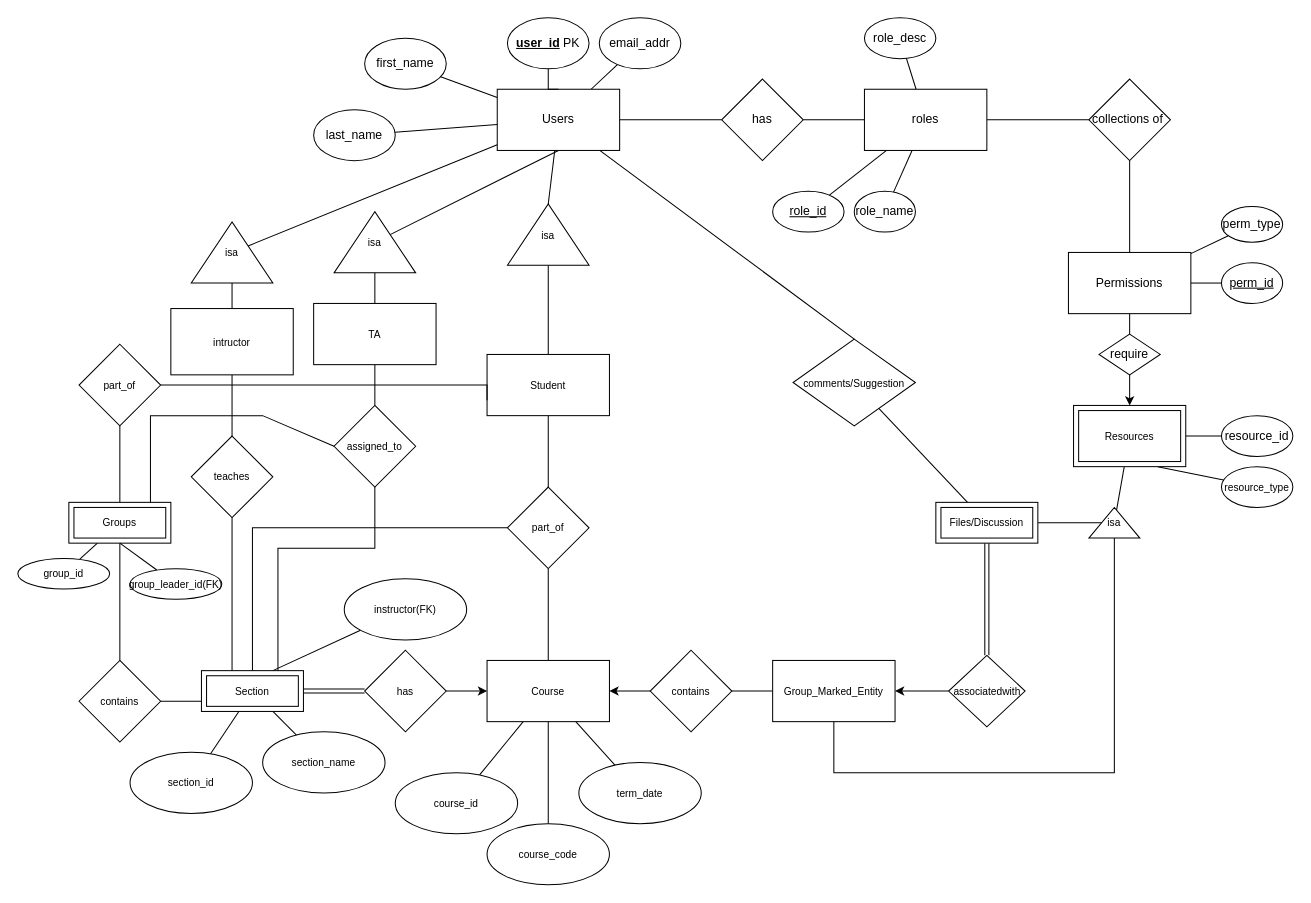
This is ERdiagram.drawio from 5531CGASystem/CGA, a draw.io file, before an edit. Source tidied: cells renumbered, new cells numbered last; positions are measured from the earlier drawing's top-left corner, leaving out a move shared by most shapes. Both pictures are drawn from the tidied source at 102%, with x=0, y=0 at pixel (17, 17).
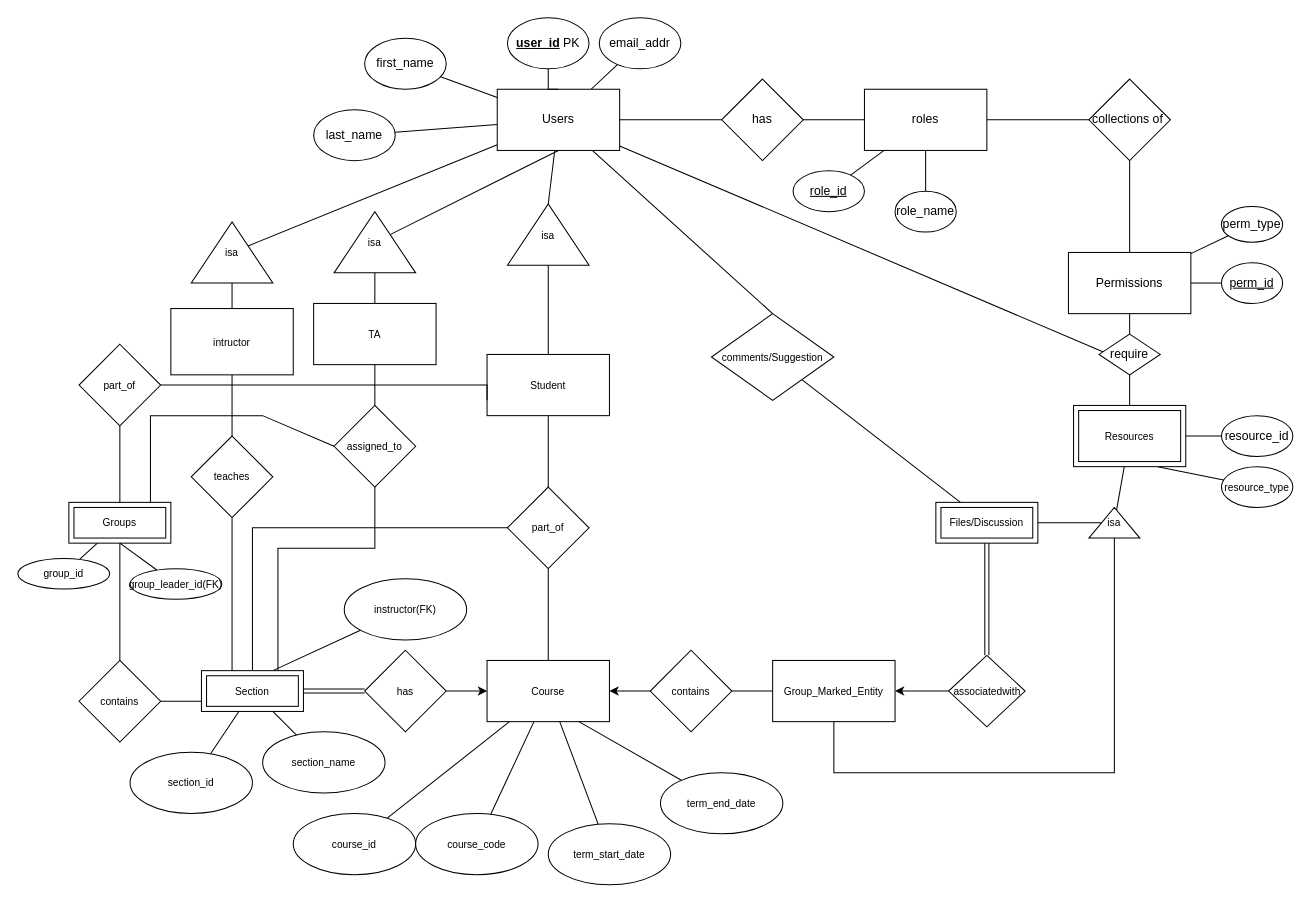
The same diagram, later.

Unchanged cells that the change refers to:
```xml
<mxCell id="6" value="Users" style="rounded=0;whiteSpace=wrap;html=1;" parent="1" vertex="1">
  <mxGeometry x="470" y="70" width="120" height="60" as="geometry" />
</mxCell>
<mxCell id="20" value="roles" style="whiteSpace=wrap;html=1;rounded=0;" parent="1" vertex="1">
  <mxGeometry x="830" y="70" width="120" height="60" as="geometry" />
</mxCell>
<mxCell id="31" value="require" style="rhombus;whiteSpace=wrap;html=1;rounded=0;" parent="1" vertex="1">
  <mxGeometry x="1060" y="310" width="60" height="40" as="geometry" />
</mxCell>
<mxCell id="50" value="Course" style="whiteSpace=wrap;html=1;fontSize=10;" parent="1" vertex="1">
  <mxGeometry x="460" y="630" width="120" height="60" as="geometry" />
</mxCell>
<mxCell id="58" value="Resources" style="shape=ext;margin=3;double=1;whiteSpace=wrap;html=1;align=center;fontSize=10;strokeColor=default;fillColor=default;" parent="1" vertex="1">
  <mxGeometry x="1035" y="380" width="110" height="60" as="geometry" />
</mxCell>
```

Change to the diagram source:
```diff
@@
+    <mxCell id="103" style="rounded=0;jettySize=auto;html=1;endArrow=none;endFill=0;entryX=0.167;entryY=0.5;entryDx=0;entryDy=0;entryPerimeter=0;" parent="1" edge="1" source="6" target="31">
+      <mxGeometry relative="1" as="geometry" />
+    </mxCell>
@@
-    <mxCell id="18" style="edgeStyle=none;rounded=0;jettySize=auto;html=1;endArrow=none;endFill=0;" parent="1" edge="1" source="20" target="23">
-      <mxGeometry relative="1" as="geometry" />
-    </mxCell>
@@
     <mxCell id="21" value="&lt;u&gt;role_id&lt;/u&gt;" style="ellipse;whiteSpace=wrap;html=1;rounded=0;" parent="1" vertex="1">
-      <mxGeometry x="740" y="170" width="70" height="40" as="geometry" />
+      <mxGeometry x="760" y="150" width="70" height="40" as="geometry" />
     </mxCell>
     <mxCell id="22" value="role_name" style="ellipse;whiteSpace=wrap;html=1;rounded=0;" parent="1" vertex="1">
-      <mxGeometry x="820" y="170" width="60" height="40" as="geometry" />
+      <mxGeometry x="860" y="170" width="60" height="40" as="geometry" />
     </mxCell>
-    <mxCell id="23" value="role_desc" style="ellipse;whiteSpace=wrap;html=1;rounded=0;" parent="1" vertex="1">
-      <mxGeometry x="830" width="70" height="40" as="geometry" />
-    </mxCell>
@@
-    <mxCell id="30" style="edgeStyle=none;rounded=0;jettySize=auto;html=1;endArrow=classic;endFill=1;entryX=0.5;entryY=0;entryDx=0;entryDy=0;" parent="1" edge="1" source="31" target="58">
+    <mxCell id="30" style="edgeStyle=none;rounded=0;jettySize=auto;html=1;endArrow=none;endFill=0;entryX=0.5;entryY=0;entryDx=0;entryDy=0;" parent="1" edge="1" source="31" target="58">
       <mxGeometry relative="1" as="geometry" />
     </mxCell>
@@
     <mxCell id="77" value="comments/Suggestion" style="rhombus;whiteSpace=wrap;html=1;fontSize=10;" parent="1" vertex="1">
-      <mxGeometry x="760" y="315" width="120" height="85" as="geometry" />
+      <mxGeometry x="680" y="290" width="120" height="85" as="geometry" />
     </mxCell>
@@
     <mxCell id="83" value="course_id" style="ellipse;whiteSpace=wrap;html=1;fontSize=10;" parent="1" vertex="1">
-      <mxGeometry x="370" y="740" width="120" height="60" as="geometry" />
+      <mxGeometry x="270" y="780" width="120" height="60" as="geometry" />
     </mxCell>
-    <mxCell id="84" value="term_date" style="ellipse;whiteSpace=wrap;html=1;fontSize=10;" parent="1" vertex="1">
-      <mxGeometry x="550" y="730" width="120" height="60" as="geometry" />
+    <mxCell id="84" value="term_start_date" style="ellipse;whiteSpace=wrap;html=1;fontSize=10;" parent="1" vertex="1">
+      <mxGeometry x="520" y="790" width="120" height="60" as="geometry" />
     </mxCell>
     <mxCell id="85" value="course_code" style="ellipse;whiteSpace=wrap;html=1;fontSize=10;" parent="1" vertex="1">
-      <mxGeometry x="460" y="790" width="120" height="60" as="geometry" />
+      <mxGeometry x="390" y="780" width="120" height="60" as="geometry" />
     </mxCell>
@@
+    <mxCell id="104" style="rounded=0;jettySize=auto;html=1;startArrow=none;startFill=0;endArrow=none;endFill=0;exitX=0.75;exitY=1;exitDx=0;exitDy=0;" parent="1" edge="1" source="50" target="105">
+      <mxGeometry relative="1" as="geometry" />
+    </mxCell>
+    <mxCell id="105" value="term_end_date" style="ellipse;whiteSpace=wrap;html=1;fontSize=10;" parent="1" vertex="1">
+      <mxGeometry x="630" y="740" width="120" height="60" as="geometry" />
+    </mxCell>
```
